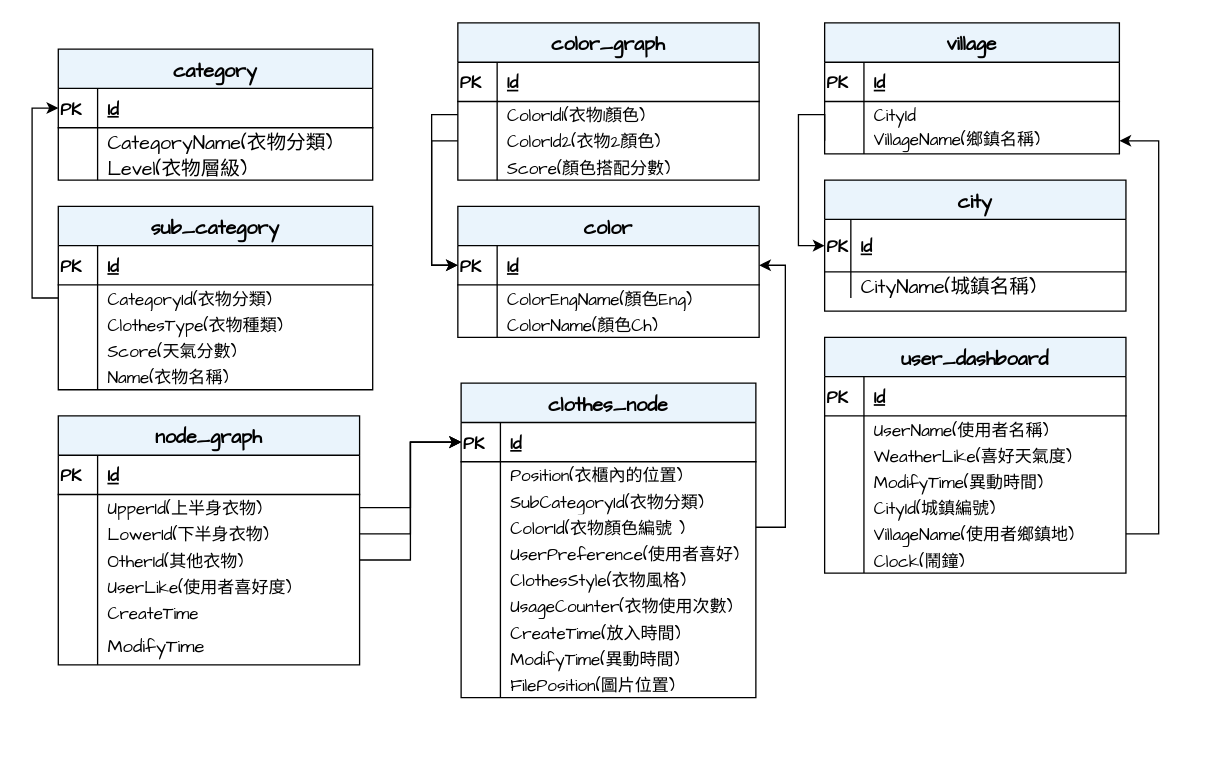
Before: page "ER-Model" (4 of 9) of FileFolder/AIcloset_v2.drawio in Chrouos/Intelligence-Closet, a draw.io diagram. Source tidied: cells renumbered, new cells numbered last; positions are measured from the earlier drawing's top-left corner, leaving out a move shared by most shapes. Both pictures are drawn from the tidied source at 131%, with x=0, y=0 at pixel (58, 22).
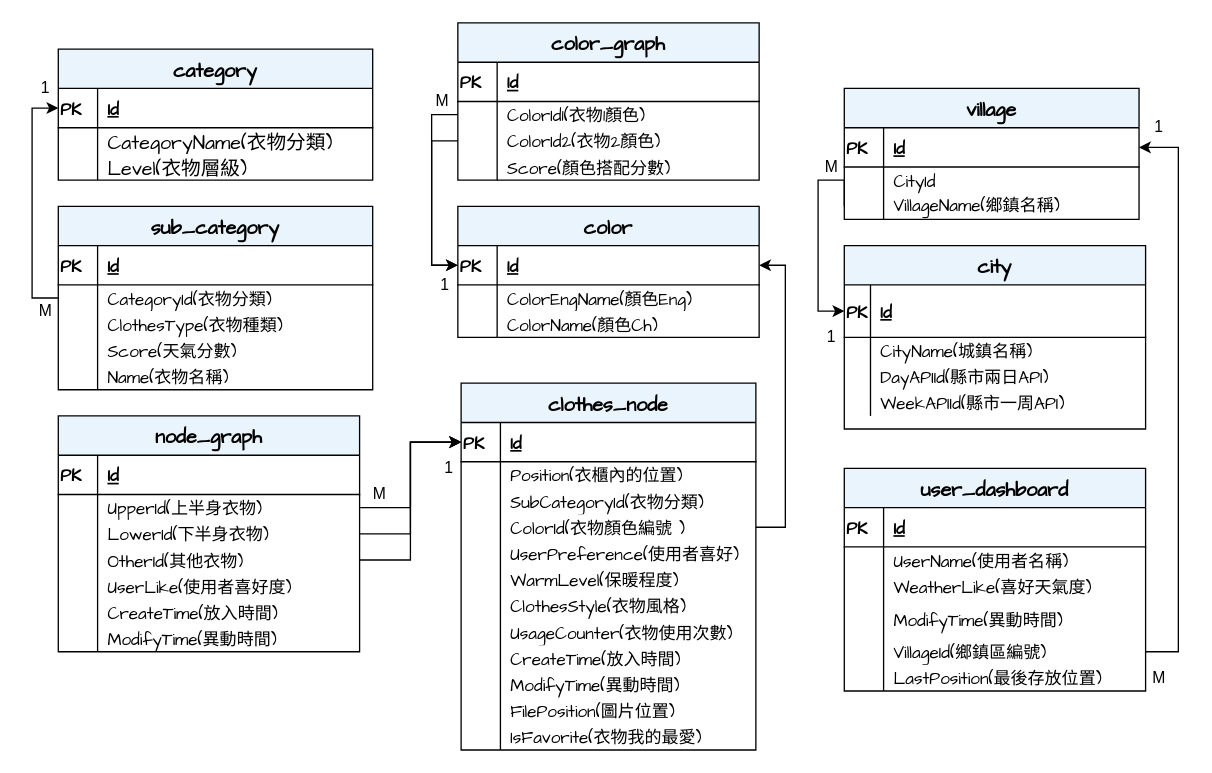
Above is the later version.

The change refers to these unchanged cells:
```xml
<mxCell id="30" style="shape=partialRectangle;fillColor=none;top=0;left=0;bottom=1;right=0;points=[[0,0.5],[1,0.5]];portConstraint=eastwest;fontFamily=Comic Sans MS;fontSize=13;align=left;" parent="29" vertex="1">
  <mxGeometry y="30" width="230" height="40" as="geometry" />
</mxCell>
<mxCell id="33" style="shape=partialRectangle;fillColor=none;top=0;left=0;bottom=0;right=0;fontFamily=Comic Sans MS;fontSize=13;align=left;" parent="29" vertex="1">
  <mxGeometry y="70" width="230" height="20" as="geometry" />
</mxCell>
<mxCell id="91" style="shape=partialRectangle;fillColor=none;top=0;left=0;bottom=1;right=0;points=[[0,0.5],[1,0.5]];portConstraint=eastwest;fontFamily=Comic Sans MS;fontSize=13;align=left;" parent="90" vertex="1">
  <mxGeometry y="30" width="225" height="30" as="geometry" />
</mxCell>
<mxCell id="97" style="shape=partialRectangle;fillColor=none;top=0;left=0;bottom=0;right=0;points=[[0,0.5],[1,0.5]];portConstraint=eastwest;fontFamily=Comic Sans MS;fontSize=13;align=left;" parent="90" vertex="1">
  <mxGeometry y="80" width="225" height="20" as="geometry" />
</mxCell>
<mxCell id="139" style="shape=partialRectangle;fillColor=none;top=0;left=0;bottom=0;right=0;fontFamily=Comic Sans MS;fontSize=13;align=left;" parent="123" vertex="1">
  <mxGeometry y="140" width="230" height="20" as="geometry" />
</mxCell>
```

The edit, as a diff of the source:
```diff
@@
     <mxCell id="29" value="city" style="shape=table;startSize=30;childLayout=tableLayout;rowLines=0;fontStyle=1;align=center;fontFamily=Comic Sans MS;fontSize=15;fillColor=#EAF4FC;" parent="1" vertex="1">
-      <mxGeometry x="585" y="120" width="230" height="100" as="geometry" />
+      <mxGeometry x="600" y="170" width="230" height="140" as="geometry" />
     </mxCell>
@@
-    <mxCell id="35" value="CityName(城鎮名稱)" style="shape=partialRectangle;fillColor=none;top=0;left=0;bottom=0;right=0;align=left;spacingLeft=6;overflow=hidden;fontFamily=Comic Sans MS;fontSize=15;" parent="33" vertex="1">
+    <mxCell id="35" value="CityName(城鎮名稱)" style="shape=partialRectangle;fillColor=none;top=0;left=0;bottom=0;right=0;align=left;spacingLeft=6;overflow=hidden;fontFamily=Comic Sans MS;fontSize=13;" parent="33" vertex="1">
       <mxGeometry x="20" width="210" height="20" as="geometry" />
     </mxCell>
+    <mxCell id="152" style="shape=partialRectangle;fillColor=none;top=0;left=0;bottom=0;right=0;fontFamily=Comic Sans MS;fontSize=13;align=left;" parent="29" vertex="1">
+      <mxGeometry y="90" width="230" height="20" as="geometry" />
+    </mxCell>
+    <mxCell id="153" style="shape=partialRectangle;fillColor=none;top=0;left=0;bottom=0;right=0;overflow=hidden;fontFamily=Comic Sans MS;fontSize=13;align=left;" parent="152" vertex="1">
+      <mxGeometry width="20" height="20" as="geometry" />
+    </mxCell>
+    <mxCell id="154" value="DayAPIId(縣市兩日API)" style="shape=partialRectangle;fillColor=none;top=0;left=0;bottom=0;right=0;align=left;spacingLeft=6;overflow=hidden;fontFamily=Comic Sans MS;fontSize=13;" parent="152" vertex="1">
+      <mxGeometry x="20" width="210" height="20" as="geometry" />
+    </mxCell>
+    <mxCell id="155" style="shape=partialRectangle;fillColor=none;top=0;left=0;bottom=0;right=0;fontFamily=Comic Sans MS;fontSize=13;align=left;" parent="29" vertex="1">
+      <mxGeometry y="110" width="230" height="20" as="geometry" />
+    </mxCell>
+    <mxCell id="156" style="shape=partialRectangle;fillColor=none;top=0;left=0;bottom=0;right=0;overflow=hidden;fontFamily=Comic Sans MS;fontSize=13;align=left;" parent="155" vertex="1">
+      <mxGeometry width="20" height="20" as="geometry" />
+    </mxCell>
+    <mxCell id="157" value="WeekAPIId(縣市一周API)" style="shape=partialRectangle;fillColor=none;top=0;left=0;bottom=0;right=0;align=left;spacingLeft=6;overflow=hidden;fontFamily=Comic Sans MS;fontSize=13;" parent="155" vertex="1">
+      <mxGeometry x="20" width="210" height="20" as="geometry" />
+    </mxCell>
     <mxCell id="36" value="clothes_node" style="shape=table;startSize=30;childLayout=tableLayout;rowLines=0;fontStyle=1;align=center;fontFamily=Comic Sans MS;fontSize=15;fillColor=#EAF4FC;" parent="1" vertex="1">
-      <mxGeometry x="307.5" y="275" width="225" height="240" as="geometry" />
+      <mxGeometry x="307.5" y="275" width="225" height="280" as="geometry" />
     </mxCell>
@@
+    <mxCell id="158" style="shape=partialRectangle;fillColor=none;top=0;left=0;bottom=0;right=0;fontFamily=Comic Sans MS;fontSize=13;align=left;" parent="36" vertex="1">
+      <mxGeometry y="140" width="225" height="20" as="geometry" />
+    </mxCell>
+    <mxCell id="159" style="shape=partialRectangle;fillColor=none;top=0;left=0;bottom=0;right=0;overflow=hidden;fontFamily=Comic Sans MS;fontSize=13;align=left;" parent="158" vertex="1">
+      <mxGeometry width="30" height="20" as="geometry" />
+    </mxCell>
+    <mxCell id="160" value="WarmLevel(保暖程度)" style="shape=partialRectangle;fillColor=none;top=0;left=0;bottom=0;right=0;align=left;spacingLeft=6;overflow=hidden;fontFamily=Comic Sans MS;fontSize=13;" parent="158" vertex="1">
+      <mxGeometry x="30" width="195" height="20" as="geometry" />
+    </mxCell>
     <mxCell id="52" style="shape=partialRectangle;fillColor=none;top=0;left=0;bottom=0;right=0;fontFamily=Comic Sans MS;fontSize=13;align=left;" parent="36" vertex="1">
-      <mxGeometry y="140" width="225" height="20" as="geometry" />
+      <mxGeometry y="160" width="225" height="20" as="geometry" />
     </mxCell>
@@
     <mxCell id="55" style="shape=partialRectangle;fillColor=none;top=0;left=0;bottom=0;right=0;fontFamily=Comic Sans MS;fontSize=13;align=left;" parent="36" vertex="1">
-      <mxGeometry y="160" width="225" height="20" as="geometry" />
+      <mxGeometry y="180" width="225" height="20" as="geometry" />
     </mxCell>
@@
     <mxCell id="58" style="shape=partialRectangle;fillColor=none;top=0;left=0;bottom=0;right=0;fontFamily=Comic Sans MS;fontSize=13;align=left;" parent="36" vertex="1">
-      <mxGeometry y="180" width="225" height="20" as="geometry" />
+      <mxGeometry y="200" width="225" height="20" as="geometry" />
     </mxCell>
@@
     <mxCell id="61" style="shape=partialRectangle;fillColor=none;top=0;left=0;bottom=0;right=0;fontFamily=Comic Sans MS;fontSize=13;align=left;" parent="36" vertex="1">
-      <mxGeometry y="200" width="225" height="20" as="geometry" />
+      <mxGeometry y="220" width="225" height="20" as="geometry" />
     </mxCell>
@@
     <mxCell id="64" style="shape=partialRectangle;fillColor=none;top=0;left=0;bottom=0;right=0;fontFamily=Comic Sans MS;fontSize=13;align=left;" parent="36" vertex="1">
-      <mxGeometry y="220" width="225" height="20" as="geometry" />
+      <mxGeometry y="240" width="225" height="20" as="geometry" />
     </mxCell>
@@
+    <mxCell id="161" style="shape=partialRectangle;fillColor=none;top=0;left=0;bottom=0;right=0;fontFamily=Comic Sans MS;fontSize=13;align=left;" parent="36" vertex="1">
+      <mxGeometry y="260" width="225" height="20" as="geometry" />
+    </mxCell>
+    <mxCell id="162" style="shape=partialRectangle;fillColor=none;top=0;left=0;bottom=0;right=0;overflow=hidden;fontFamily=Comic Sans MS;fontSize=13;align=left;" parent="161" vertex="1">
+      <mxGeometry width="30" height="20" as="geometry" />
+    </mxCell>
+    <mxCell id="163" value="IsFavorite(衣物我的最愛)" style="shape=partialRectangle;fillColor=none;top=0;left=0;bottom=0;right=0;align=left;spacingLeft=6;overflow=hidden;fontFamily=Comic Sans MS;fontSize=13;" parent="161" vertex="1">
+      <mxGeometry x="30" width="195" height="20" as="geometry" />
+    </mxCell>
@@
     <mxCell id="90" value="village" style="shape=table;startSize=30;childLayout=tableLayout;rowLines=0;fontStyle=1;align=center;fontFamily=Comic Sans MS;fontSize=15;fillColor=#EAF4FC;" parent="1" vertex="1">
-      <mxGeometry x="585" width="225" height="100" as="geometry" />
+      <mxGeometry x="600" y="50" width="225" height="100" as="geometry" />
     </mxCell>
@@
     <mxCell id="100" value="user_dashboard" style="shape=table;startSize=30;childLayout=tableLayout;rowLines=0;fontStyle=1;align=center;fontFamily=Comic Sans MS;fontSize=15;fillColor=#EAF4FC;" parent="1" vertex="1">
-      <mxGeometry x="585" y="240" width="230" height="180" as="geometry" />
+      <mxGeometry x="600" y="340" width="230" height="170" as="geometry" />
     </mxCell>
@@
     <mxCell id="110" style="shape=partialRectangle;fillColor=none;top=0;left=0;bottom=0;right=0;fontFamily=Comic Sans MS;fontSize=13;align=left;" parent="100" vertex="1">
-      <mxGeometry y="100" width="230" height="20" as="geometry" />
+      <mxGeometry y="100" width="230" height="30" as="geometry" />
     </mxCell>
     <mxCell id="111" style="shape=partialRectangle;fillColor=none;top=0;left=0;bottom=0;right=0;overflow=hidden;fontFamily=Comic Sans MS;fontSize=13;align=left;" parent="110" vertex="1">
-      <mxGeometry width="30" height="20" as="geometry" />
+      <mxGeometry width="30" height="30" as="geometry" />
     </mxCell>
     <mxCell id="112" value="ModifyTime(異動時間)" style="shape=partialRectangle;fillColor=none;top=0;left=0;bottom=0;right=0;align=left;spacingLeft=6;overflow=hidden;fontFamily=Comic Sans MS;fontSize=13;" parent="110" vertex="1">
-      <mxGeometry x="30" width="200" height="20" as="geometry" />
+      <mxGeometry x="30" width="200" height="30" as="geometry" />
     </mxCell>
-    <mxCell id="113" style="shape=partialRectangle;fillColor=none;top=0;left=0;bottom=0;right=0;fontFamily=Comic Sans MS;fontSize=13;align=left;" parent="100" vertex="1">
-      <mxGeometry y="120" width="230" height="20" as="geometry" />
-    </mxCell>
-    <mxCell id="114" style="shape=partialRectangle;fillColor=none;top=0;left=0;bottom=0;right=0;overflow=hidden;fontFamily=Comic Sans MS;fontSize=13;align=left;" parent="113" vertex="1">
-      <mxGeometry width="30" height="20" as="geometry" />
-    </mxCell>
-    <mxCell id="115" value="CityId(城鎮編號)" style="shape=partialRectangle;fillColor=none;top=0;left=0;bottom=0;right=0;align=left;spacingLeft=6;overflow=hidden;fontFamily=Comic Sans MS;fontSize=13;" parent="113" vertex="1">
-      <mxGeometry x="30" width="200" height="20" as="geometry" />
-    </mxCell>
     <mxCell id="116" style="shape=partialRectangle;fillColor=none;top=0;left=0;bottom=0;right=0;points=[[0,0.5],[1,0.5]];portConstraint=eastwest;fontFamily=Comic Sans MS;fontSize=13;align=left;" parent="100" vertex="1">
-      <mxGeometry y="140" width="230" height="20" as="geometry" />
+      <mxGeometry y="130" width="230" height="20" as="geometry" />
     </mxCell>
@@
-    <mxCell id="118" value="VillageName(使用者鄉鎮地)" style="shape=partialRectangle;fillColor=none;top=0;left=0;bottom=0;right=0;align=left;spacingLeft=6;overflow=hidden;fontFamily=Comic Sans MS;fontSize=13;" parent="116" vertex="1">
+    <mxCell id="118" value="VillageId(鄉鎮區編號)" style="shape=partialRectangle;fillColor=none;top=0;left=0;bottom=0;right=0;align=left;spacingLeft=6;overflow=hidden;fontFamily=Comic Sans MS;fontSize=13;" parent="116" vertex="1">
       <mxGeometry x="30" width="200" height="20" as="geometry" />
     </mxCell>
-    <mxCell id="119" style="shape=partialRectangle;fillColor=none;top=0;left=0;bottom=0;right=0;fontFamily=Comic Sans MS;fontSize=13;align=left;" parent="100" vertex="1">
-      <mxGeometry y="160" width="230" height="20" as="geometry" />
-    </mxCell>
-    <mxCell id="120" style="shape=partialRectangle;fillColor=none;top=0;left=0;bottom=0;right=0;overflow=hidden;fontFamily=Comic Sans MS;fontSize=13;align=left;" parent="119" vertex="1">
-      <mxGeometry width="30" height="20" as="geometry" />
-    </mxCell>
-    <mxCell id="121" value="Clock(鬧鐘)" style="shape=partialRectangle;fillColor=none;top=0;left=0;bottom=0;right=0;align=left;spacingLeft=6;overflow=hidden;fontFamily=Comic Sans MS;fontSize=13;" parent="119" vertex="1">
-      <mxGeometry x="30" width="200" height="20" as="geometry" />
-    </mxCell>
+    <mxCell id="164" style="shape=partialRectangle;fillColor=none;top=0;left=0;bottom=0;right=0;fontFamily=Comic Sans MS;fontSize=13;align=left;" parent="100" vertex="1">
+      <mxGeometry y="150" width="230" height="20" as="geometry" />
+    </mxCell>
+    <mxCell id="165" style="shape=partialRectangle;fillColor=none;top=0;left=0;bottom=0;right=0;overflow=hidden;fontFamily=Comic Sans MS;fontSize=13;align=left;" parent="164" vertex="1">
+      <mxGeometry width="30" height="20" as="geometry" />
+    </mxCell>
+    <mxCell id="166" value="LastPosition(最後存放位置)" style="shape=partialRectangle;fillColor=none;top=0;left=0;bottom=0;right=0;align=left;spacingLeft=6;overflow=hidden;fontFamily=Comic Sans MS;fontSize=13;" parent="164" vertex="1">
+      <mxGeometry x="30" width="200" height="20" as="geometry" />
+    </mxCell>
     <mxCell id="122" style="edgeStyle=orthogonalEdgeStyle;rounded=0;jettySize=auto;html=1;exitX=0;exitY=0.5;exitDx=0;exitDy=0;entryX=0;entryY=0.5;entryDx=0;entryDy=0;fontFamily=Comic Sans MS;fontSize=14;" parent="1" edge="1" source="97" target="30">
       <mxGeometry relative="1" as="geometry">
         <Array as="points">
-          <mxPoint x="585" y="70" />
-          <mxPoint x="565" y="70" />
-          <mxPoint x="565" y="170" />
+          <mxPoint x="600" y="120" />
+          <mxPoint x="580" y="120" />
+          <mxPoint x="580" y="220" />
         </Array>
       </mxGeometry>
     </mxCell>
     <mxCell id="123" value="node_graph" style="shape=table;startSize=30;childLayout=tableLayout;rowLines=0;fontStyle=1;align=center;fontFamily=Comic Sans MS;fontSize=15;fillColor=#EAF4FC;" parent="1" vertex="1">
-      <mxGeometry y="300" width="230" height="190" as="geometry" />
+      <mxGeometry y="300" width="230" height="180" as="geometry" />
     </mxCell>
@@
-    <mxCell id="141" value="CreateTime" style="shape=partialRectangle;fillColor=none;top=0;left=0;bottom=0;right=0;align=left;spacingLeft=6;overflow=hidden;fontFamily=Comic Sans MS;fontSize=13;" parent="139" vertex="1">
+    <mxCell id="141" value="CreateTime(放入時間)" style="shape=partialRectangle;fillColor=none;top=0;left=0;bottom=0;right=0;align=left;spacingLeft=6;overflow=hidden;fontFamily=Comic Sans MS;fontSize=13;" parent="139" vertex="1">
       <mxGeometry x="30" width="200" height="20" as="geometry" />
     </mxCell>
-    <mxCell id="142" style="shape=tableRow;horizontal=0;startSize=0;swimlaneHead=0;swimlaneBody=0;fillColor=none;top=0;left=0;right=0;bottom=0;fontSize=14;" parent="123" vertex="1">
-      <mxGeometry y="160" width="230" height="30" as="geometry" />
-    </mxCell>
-    <mxCell id="143" style="shape=partialRectangle;fillColor=none;top=0;left=0;bottom=0;right=0;overflow=hidden;fontSize=14;" parent="142" vertex="1">
-      <mxGeometry width="30" height="30" as="geometry" />
-    </mxCell>
-    <mxCell id="144" value="ModifyTime" style="shape=partialRectangle;fillColor=none;top=0;left=0;bottom=0;right=0;align=left;spacingLeft=6;overflow=hidden;fontSize=14;fontFamily=Comic Sans MS;" parent="142" vertex="1">
-      <mxGeometry x="30" width="200" height="30" as="geometry" />
-    </mxCell>
+    <mxCell id="119" style="shape=partialRectangle;fillColor=none;top=0;left=0;bottom=0;right=0;fontFamily=Comic Sans MS;fontSize=13;align=left;" parent="123" vertex="1">
+      <mxGeometry y="160" width="230" height="20" as="geometry" />
+    </mxCell>
+    <mxCell id="167" style="shape=partialRectangle;fillColor=none;top=0;left=0;bottom=0;right=0;overflow=hidden;fontFamily=Comic Sans MS;fontSize=13;align=left;" parent="119" vertex="1">
+      <mxGeometry width="30" height="20" as="geometry" />
+    </mxCell>
+    <mxCell id="168" value="ModifyTime(異動時間)" style="shape=partialRectangle;fillColor=none;top=0;left=0;bottom=0;right=0;align=left;spacingLeft=6;overflow=hidden;fontFamily=Comic Sans MS;fontSize=13;" parent="119" vertex="1">
+      <mxGeometry x="30" width="200" height="20" as="geometry" />
+    </mxCell>
@@
-    <mxCell id="148" style="edgeStyle=orthogonalEdgeStyle;rounded=0;jettySize=auto;html=1;entryX=1;entryY=0.5;entryDx=0;entryDy=0;" parent="1" edge="1" source="116" target="97">
+    <mxCell id="148" style="edgeStyle=orthogonalEdgeStyle;rounded=0;jettySize=auto;html=1;entryX=1;entryY=0.5;entryDx=0;entryDy=0;" parent="1" edge="1" source="116" target="91">
       <mxGeometry relative="1" as="geometry">
         <Array as="points">
-          <mxPoint x="840" y="390" />
-          <mxPoint x="840" y="90" />
+          <mxPoint x="855" y="480" />
+          <mxPoint x="855" y="95" />
         </Array>
       </mxGeometry>
     </mxCell>
@@
+    <mxCell id="169" value="M" style="text;html=1;align=center;verticalAlign=middle;strokeColor=none;fillColor=none;" parent="1" vertex="1">
+      <mxGeometry x="-25" y="210" width="30" height="20" as="geometry" />
+    </mxCell>
+    <mxCell id="170" value="1" style="text;html=1;align=center;verticalAlign=middle;strokeColor=none;fillColor=none;" parent="1" vertex="1">
+      <mxGeometry x="-20" y="40" width="20" height="20" as="geometry" />
+    </mxCell>
+    <mxCell id="171" value="M" style="text;html=1;align=center;verticalAlign=middle;strokeColor=none;fillColor=none;" parent="1" vertex="1">
+      <mxGeometry x="230" y="350" width="30" height="20" as="geometry" />
+    </mxCell>
+    <mxCell id="172" value="1" style="text;html=1;align=center;verticalAlign=middle;strokeColor=none;fillColor=none;" parent="1" vertex="1">
+      <mxGeometry x="287.5" y="330" width="20" height="20" as="geometry" />
+    </mxCell>
+    <mxCell id="173" value="1" style="text;html=1;align=center;verticalAlign=middle;strokeColor=none;fillColor=none;" parent="1" vertex="1">
+      <mxGeometry x="285" y="190" width="20" height="20" as="geometry" />
+    </mxCell>
+    <mxCell id="174" value="M" style="text;html=1;align=center;verticalAlign=middle;strokeColor=none;fillColor=none;" parent="1" vertex="1">
+      <mxGeometry x="277.5" y="50" width="30" height="20" as="geometry" />
+    </mxCell>
+    <mxCell id="175" value="M" style="text;html=1;align=center;verticalAlign=middle;strokeColor=none;fillColor=none;" parent="1" vertex="1">
+      <mxGeometry x="575" y="100" width="30" height="20" as="geometry" />
+    </mxCell>
+    <mxCell id="176" value="1" style="text;html=1;align=center;verticalAlign=middle;strokeColor=none;fillColor=none;" parent="1" vertex="1">
+      <mxGeometry x="580" y="230" width="20" height="20" as="geometry" />
+    </mxCell>
+    <mxCell id="177" value="1" style="text;html=1;align=center;verticalAlign=middle;strokeColor=none;fillColor=none;" parent="1" vertex="1">
+      <mxGeometry x="830" y="70" width="20" height="20" as="geometry" />
+    </mxCell>
+    <mxCell id="178" value="M" style="text;html=1;align=center;verticalAlign=middle;strokeColor=none;fillColor=none;" parent="1" vertex="1">
+      <mxGeometry x="825" y="490" width="30" height="20" as="geometry" />
+    </mxCell>
```
